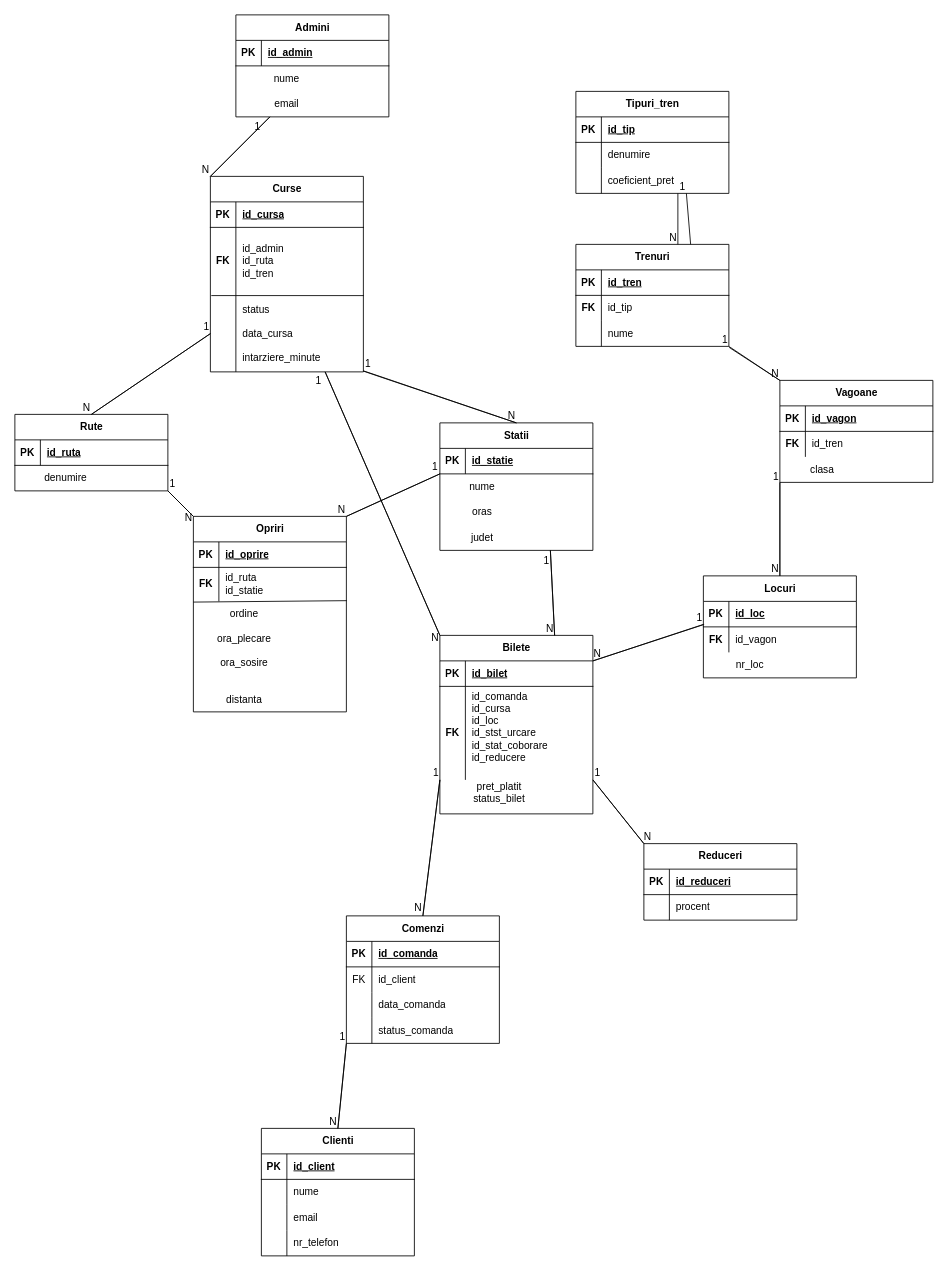
This is model_logic.drawio from andrasarmasi/proiect_bd, a draw.io file, before an edit. Source tidied: cells renumbered, new cells numbered last; positions are measured from the earlier drawing's top-left corner, leaving out a move shared by most shapes. Both pictures are drawn from the tidied source at 85%, with x=0, y=0 at pixel (14, 14).
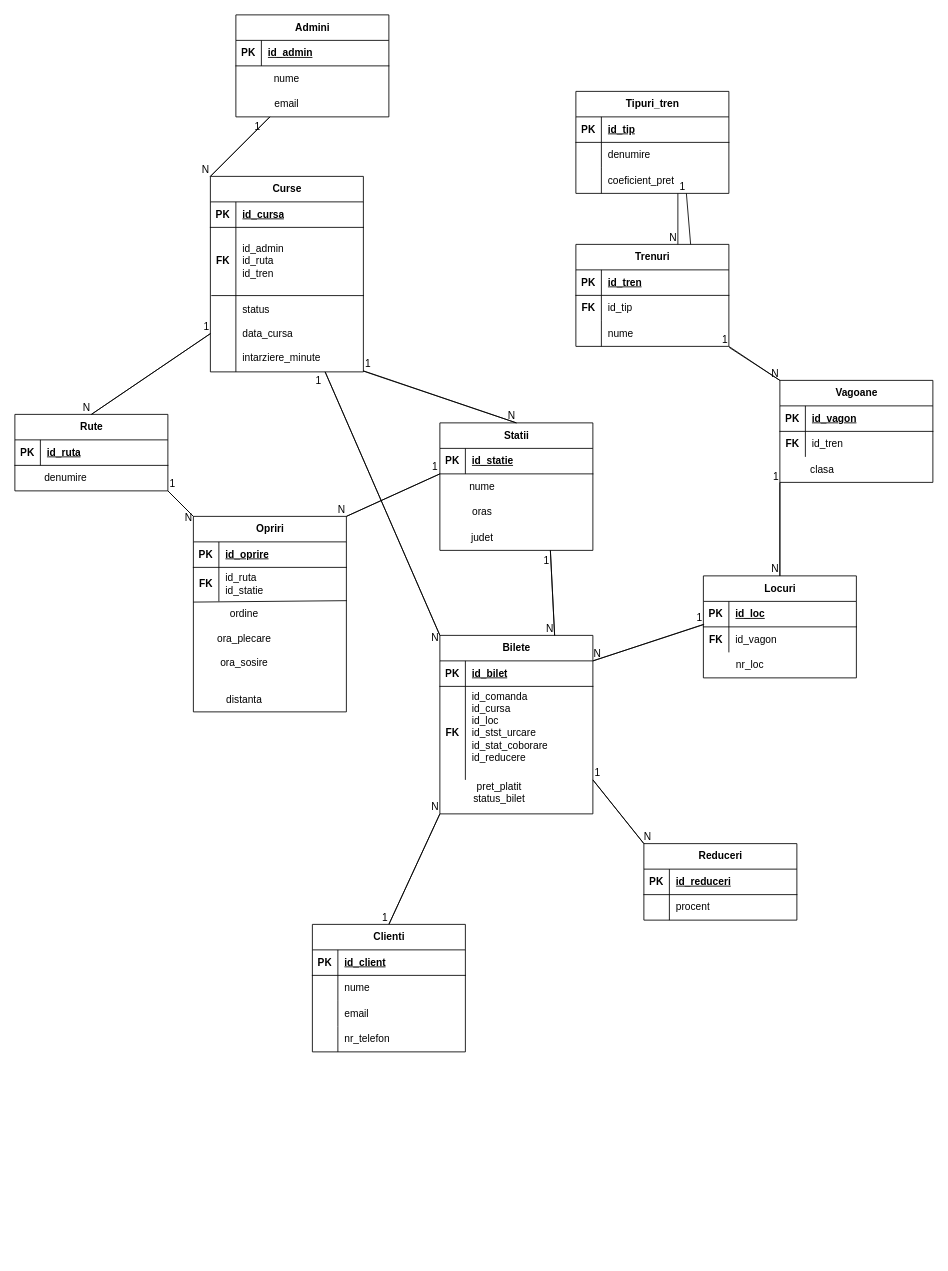
The same page after the edit.

Commit message (it also covers changes not shown here):
update la diagrame si documentatie

Unchanged cells that the change refers to:
```xml
<mxCell id="99" value="Bilete" style="shape=table;startSize=30;childLayout=tableLayout;rowLines=0;fontStyle=1;align=center;html=1;" parent="1" vertex="1">
  <mxGeometry x="500" y="730" width="180" height="210" as="geometry" />
</mxCell>
<mxCell id="103" style="shape=tableRow;horizontal=0;startSize=0;swimlaneHead=0;swimlaneBody=0;fillColor=none;points=[[0,0.5],[1,0.5]];portConstraint=eastwest;top=0;left=0;right=0;bottom=0;" parent="99" vertex="1">
  <mxGeometry y="60" width="180" height="110" as="geometry" />
</mxCell>
```

Diff of the diagram source:
```diff
@@
-    <mxCell id="125" style="endArrow=none;html=1;rounded=0;defaultLabelBackgroundColor=page;entryX=0;entryY=1;entryDx=0;entryDy=0;entryPerimeter=0;exitX=0.5;exitY=0;exitDx=0;exitDy=0;" parent="1" edge="1" source="150" target="103">
+    <mxCell id="125" style="endArrow=none;html=1;rounded=0;defaultLabelBackgroundColor=page;entryX=0.5;entryY=0;entryDx=0;entryDy=0;exitX=0;exitY=1;exitDx=0;exitDy=0;" parent="1" edge="1" source="99" target="137">
       <mxGeometry relative="1" as="geometry" />
     </mxCell>
@@
-    <mxCell id="127" style="endArrow=none;html=1;rounded=0;defaultLabelBackgroundColor=page;entryX=0.5;entryY=0;entryDx=0;entryDy=0;" parent="1" edge="1" target="150">
-      <mxGeometry relative="1" as="geometry">
-        <mxPoint x="500" y="900" as="sourcePoint" />
-      </mxGeometry>
+    <mxCell id="127" style="endArrow=none;html=1;rounded=0;defaultLabelBackgroundColor=page;entryX=0;entryY=1;entryDx=0;entryDy=0;exitX=0.5;exitY=0;exitDx=0;exitDy=0;" parent="1" edge="1" source="137" target="99">
+      <mxGeometry relative="1" as="geometry" />
     </mxCell>
     <mxCell id="128" value="N" style="html=1;whiteSpace=wrap;align=right;verticalAlign=bottom;" parent="127" vertex="1">
-      <mxGeometry x="0.99" relative="1" as="geometry" />
+      <mxGeometry x="1" relative="1" as="geometry" />
     </mxCell>
@@
     <mxCell id="137" value="Clienti" style="shape=table;startSize=30;childLayout=tableLayout;rowLines=0;fontStyle=1;align=center;html=1;" parent="1" vertex="1">
-      <mxGeometry x="290" y="1310" width="180" height="150" as="geometry" />
+      <mxGeometry x="350" y="1070" width="180" height="150" as="geometry" />
     </mxCell>
@@
-    <mxCell id="150" value="Comenzi" style="shape=table;startSize=30;childLayout=tableLayout;rowLines=0;fontStyle=1;align=center;html=1;" parent="1" vertex="1">
-      <mxGeometry x="390" y="1060" width="180" height="150" as="geometry" />
-    </mxCell>
-    <mxCell id="151" style="shape=tableRow;horizontal=0;startSize=0;swimlaneHead=0;swimlaneBody=0;fillColor=none;top=0;left=0;right=0;bottom=1;" parent="150" vertex="1">
-      <mxGeometry y="30" width="180" height="30" as="geometry" />
-    </mxCell>
-    <mxCell id="152" value="PK" style="shape=partialRectangle;fillColor=none;top=0;left=0;bottom=0;right=0;fontStyle=1;overflow=hidden;whiteSpace=wrap;html=1;" parent="151" vertex="1">
-      <mxGeometry width="30" height="30" as="geometry" />
-    </mxCell>
-    <mxCell id="153" value="id_comanda" style="shape=partialRectangle;fillColor=none;top=0;left=0;bottom=0;right=0;align=left;spacingLeft=6;fontStyle=5;overflow=hidden;whiteSpace=wrap;html=1;" parent="151" vertex="1">
-      <mxGeometry x="30" width="150" height="30" as="geometry" />
-    </mxCell>
-    <mxCell id="154" style="shape=tableRow;horizontal=0;startSize=0;swimlaneHead=0;swimlaneBody=0;fillColor=none;top=0;left=0;right=0;bottom=0;" parent="150" vertex="1">
-      <mxGeometry y="60" width="180" height="30" as="geometry" />
-    </mxCell>
-    <mxCell id="155" value="FK" style="shape=partialRectangle;fillColor=none;top=0;left=0;bottom=0;right=0;overflow=hidden;whiteSpace=wrap;html=1;" parent="154" vertex="1">
-      <mxGeometry width="30" height="30" as="geometry" />
-    </mxCell>
-    <mxCell id="156" value="id_client" style="shape=partialRectangle;fillColor=none;top=0;left=0;bottom=0;right=0;align=left;spacingLeft=6;overflow=hidden;whiteSpace=wrap;html=1;" parent="154" vertex="1">
-      <mxGeometry x="30" width="150" height="30" as="geometry" />
-    </mxCell>
-    <mxCell id="157" style="shape=tableRow;horizontal=0;startSize=0;swimlaneHead=0;swimlaneBody=0;fillColor=none;top=0;left=0;right=0;bottom=0;" parent="150" vertex="1">
-      <mxGeometry y="90" width="180" height="30" as="geometry" />
-    </mxCell>
-    <mxCell id="158" style="shape=partialRectangle;fillColor=none;top=0;left=0;bottom=0;right=0;overflow=hidden;whiteSpace=wrap;html=1;" parent="157" vertex="1">
-      <mxGeometry width="30" height="30" as="geometry" />
-    </mxCell>
-    <mxCell id="159" value="data_comanda" style="shape=partialRectangle;fillColor=none;top=0;left=0;bottom=0;right=0;align=left;spacingLeft=6;overflow=hidden;whiteSpace=wrap;html=1;" parent="157" vertex="1">
-      <mxGeometry x="30" width="150" height="30" as="geometry" />
-    </mxCell>
-    <mxCell id="160" style="shape=tableRow;horizontal=0;startSize=0;swimlaneHead=0;swimlaneBody=0;fillColor=none;points=[[0,0.5],[1,0.5]];portConstraint=eastwest;top=0;left=0;right=0;bottom=0;" parent="150" vertex="1">
-      <mxGeometry y="120" width="180" height="30" as="geometry" />
-    </mxCell>
-    <mxCell id="161" style="shape=partialRectangle;fillColor=none;top=0;left=0;bottom=0;right=0;overflow=hidden;whiteSpace=wrap;html=1;" parent="160" vertex="1">
-      <mxGeometry width="30" height="30" as="geometry" />
-    </mxCell>
-    <mxCell id="162" value="status_comanda" style="shape=partialRectangle;fillColor=none;top=0;left=0;bottom=0;right=0;align=left;spacingLeft=6;overflow=hidden;whiteSpace=wrap;html=1;" parent="160" vertex="1">
-      <mxGeometry x="30" width="150" height="30" as="geometry" />
-    </mxCell>
-    <mxCell id="163" style="endArrow=none;html=1;rounded=0;defaultLabelBackgroundColor=page;entryX=0;entryY=1;entryDx=0;entryDy=0;entryPerimeter=0;exitX=0.5;exitY=0;exitDx=0;exitDy=0;" parent="1" edge="1" source="137" target="160">
-      <mxGeometry relative="1" as="geometry" />
-    </mxCell>
-    <mxCell id="164" value="1" style="html=1;whiteSpace=wrap;align=right;verticalAlign=bottom;" parent="163" vertex="1">
-      <mxGeometry x="1" relative="1" as="geometry" />
-    </mxCell>
-    <mxCell id="165" style="endArrow=none;html=1;rounded=0;defaultLabelBackgroundColor=page;entryX=0.5;entryY=0;entryDx=0;entryDy=0;exitX=0;exitY=1;exitDx=0;exitDy=0;exitPerimeter=0;" parent="1" edge="1" source="160" target="137">
-      <mxGeometry relative="1" as="geometry" />
-    </mxCell>
-    <mxCell id="166" value="N" style="html=1;whiteSpace=wrap;align=right;verticalAlign=bottom;" parent="165" vertex="1">
-      <mxGeometry x="1" relative="1" as="geometry" />
-    </mxCell>
```
